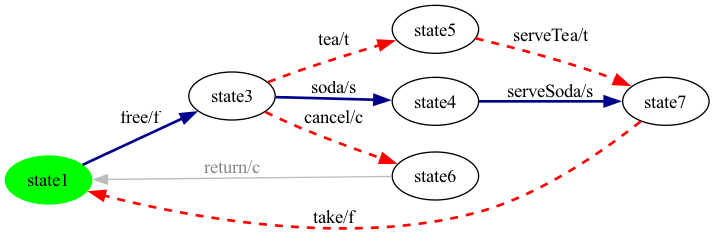
The Graphviz diagram milestone-reports/per-product-all-states/SVM/SVM-product9-walk.png in dilekozturk93/vibes, before a commit. Its source is kept beside it as milestone-reports/per-product-all-states/SVM/SVM-product9-walk.dot. Source of this version:
```dot
digraph G {
rankdir=LR;
state0[ label = "state1", style=filled, color=green ];
state1 [ label = "state6" ];
state2 [ label = "state5" ];
state3 [ label = "state7" ];
state4 [ label = "state4" ];
state5 [ label = "state3" ];
state4 -> state3 [ label=" serveSoda/s ", style=bold, color=darkblue, penwidth=2 ];
state2 -> state3 [ label=" serveTea/t ", style=dashed, color=red, penwidth=2 ];
state3 -> state0 [ label=" take/f ", style=dashed, color=red, penwidth=2 ];
state5 -> state1 [ label=" cancel/c ", style=dashed, color=red, penwidth=2 ];
state0 -> state5 [ label=" free/f ", style=bold, color=darkblue, penwidth=2 ];
state1 -> state0 [ label=" return/c ", color="#bbbbbb", fontcolor="#888888" ];
state5 -> state2 [ label=" tea/t ", style=dashed, color=red, penwidth=2 ];
state5 -> state4 [ label=" soda/s ", style=bold, color=darkblue, penwidth=2 ];
}
```
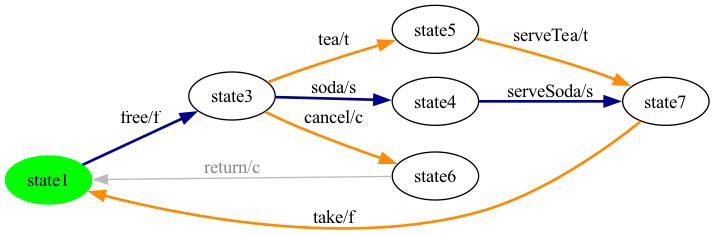
Above is the later version.

Diff of the diagram source:
```diff
@@ -7,11 +7,11 @@
 state4 [ label = "state4" ];
 state5 [ label = "state3" ];
 state4 -> state3 [ label=" serveSoda/s ", style=bold, color=darkblue, penwidth=2 ];
-state2 -> state3 [ label=" serveTea/t ", style=dashed, color=red, penwidth=2 ];
-state3 -> state0 [ label=" take/f ", style=dashed, color=red, penwidth=2 ];
-state5 -> state1 [ label=" cancel/c ", style=dashed, color=red, penwidth=2 ];
+state2 -> state3 [ label=" serveTea/t ", style=bold, color=darkorange, penwidth=2 ];
+state3 -> state0 [ label=" take/f ", style=bold, color=darkorange, penwidth=2 ];
+state5 -> state1 [ label=" cancel/c ", style=bold, color=darkorange, penwidth=2 ];
 state0 -> state5 [ label=" free/f ", style=bold, color=darkblue, penwidth=2 ];
 state1 -> state0 [ label=" return/c ", color="#bbbbbb", fontcolor="#888888" ];
-state5 -> state2 [ label=" tea/t ", style=dashed, color=red, penwidth=2 ];
+state5 -> state2 [ label=" tea/t ", style=bold, color=darkorange, penwidth=2 ];
 state5 -> state4 [ label=" soda/s ", style=bold, color=darkblue, penwidth=2 ];
 }
```
